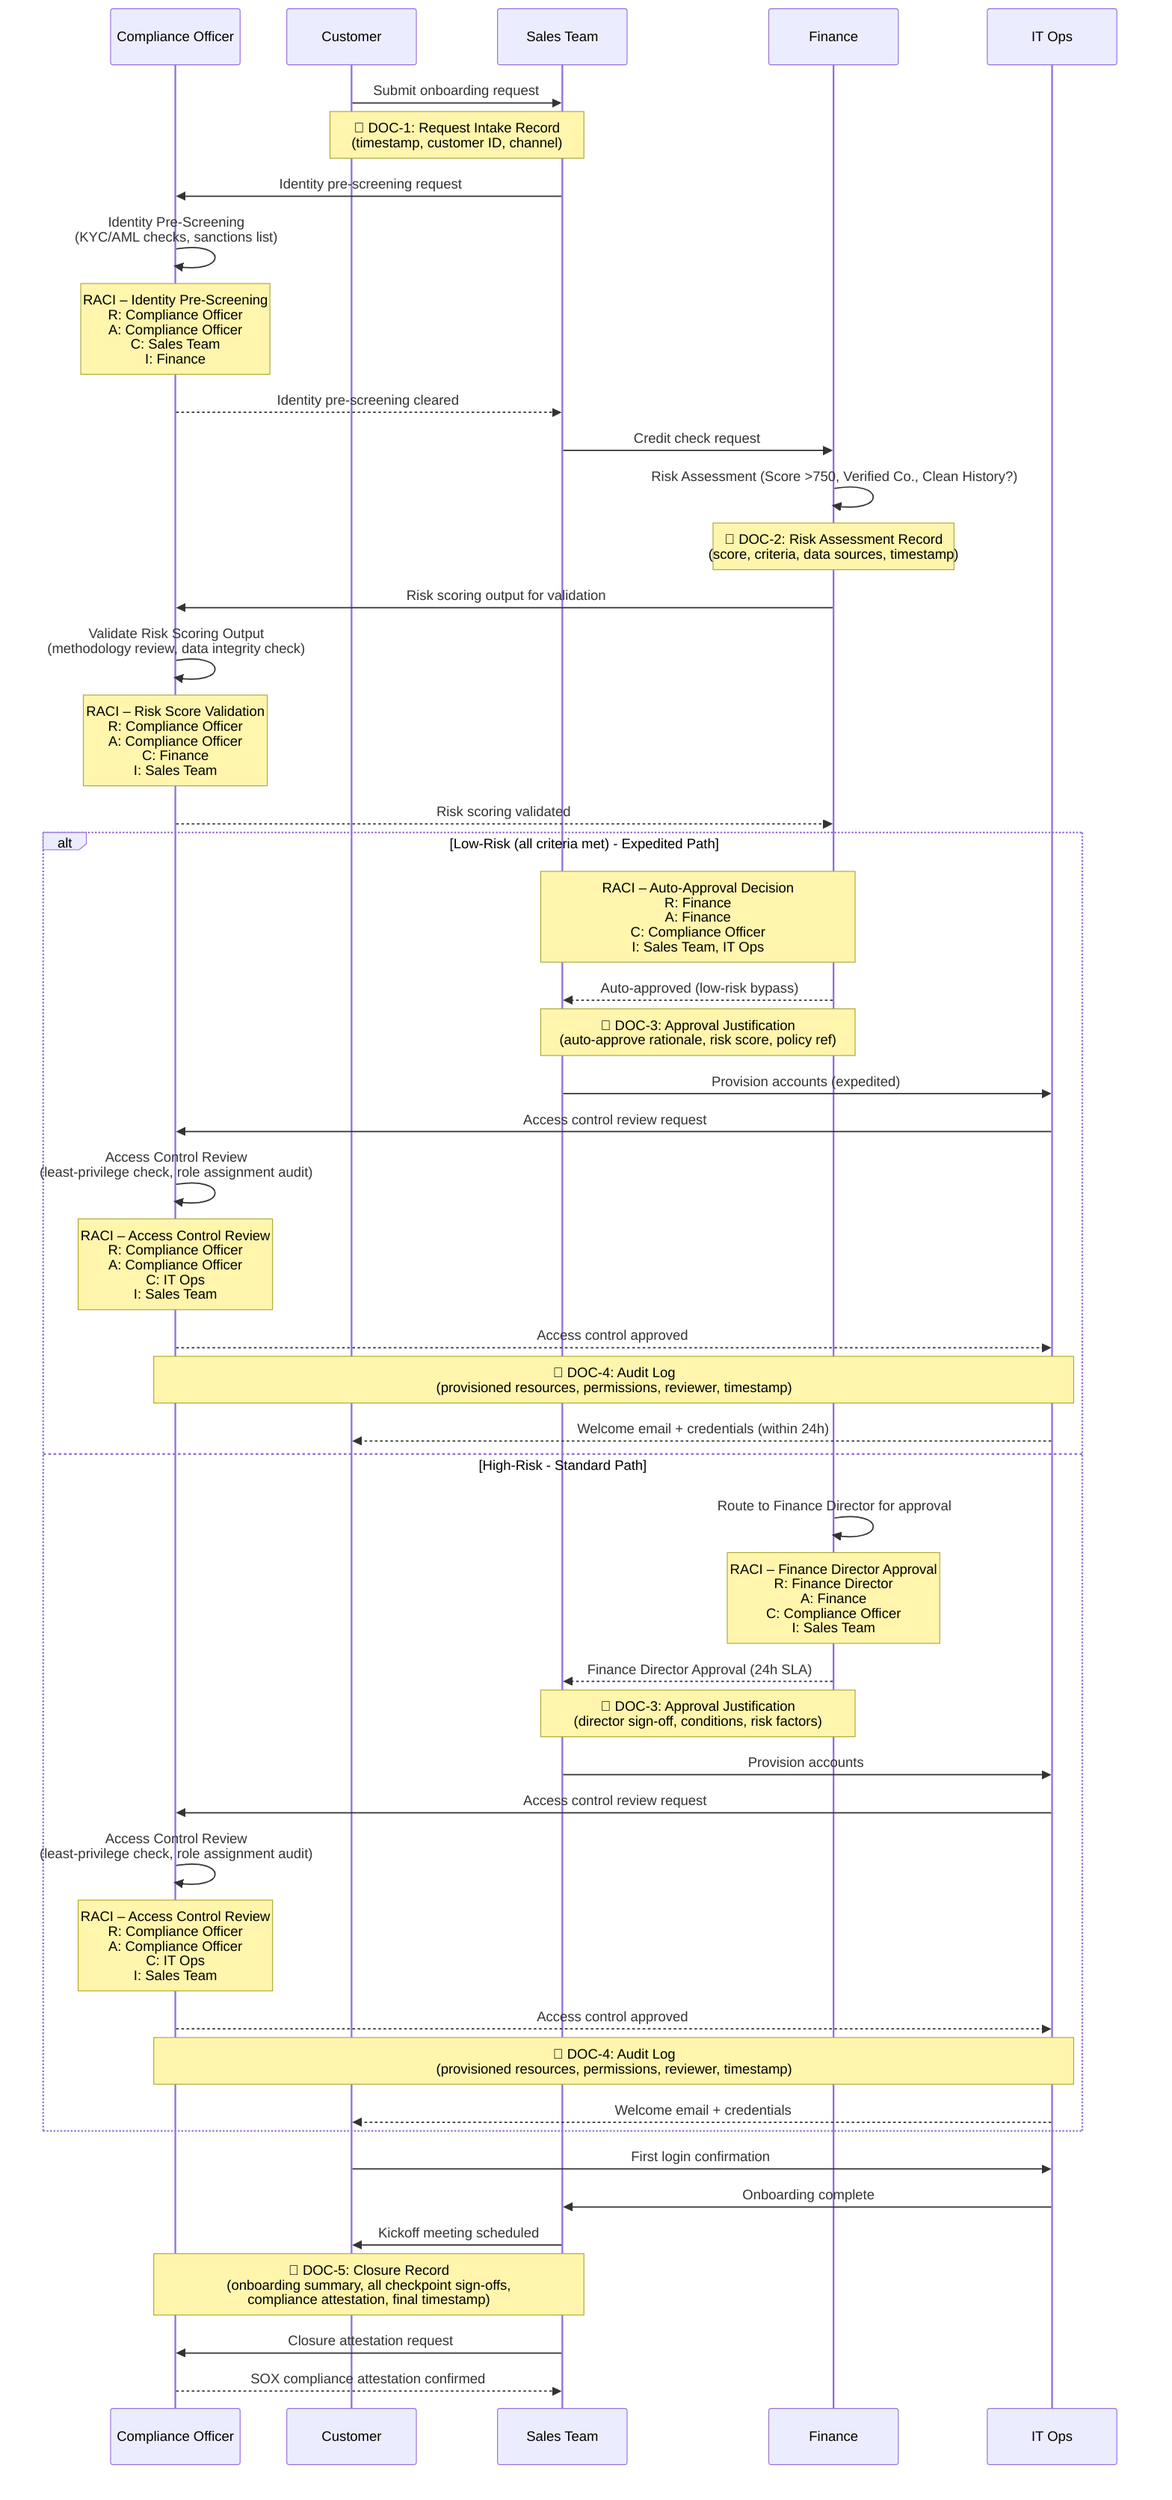
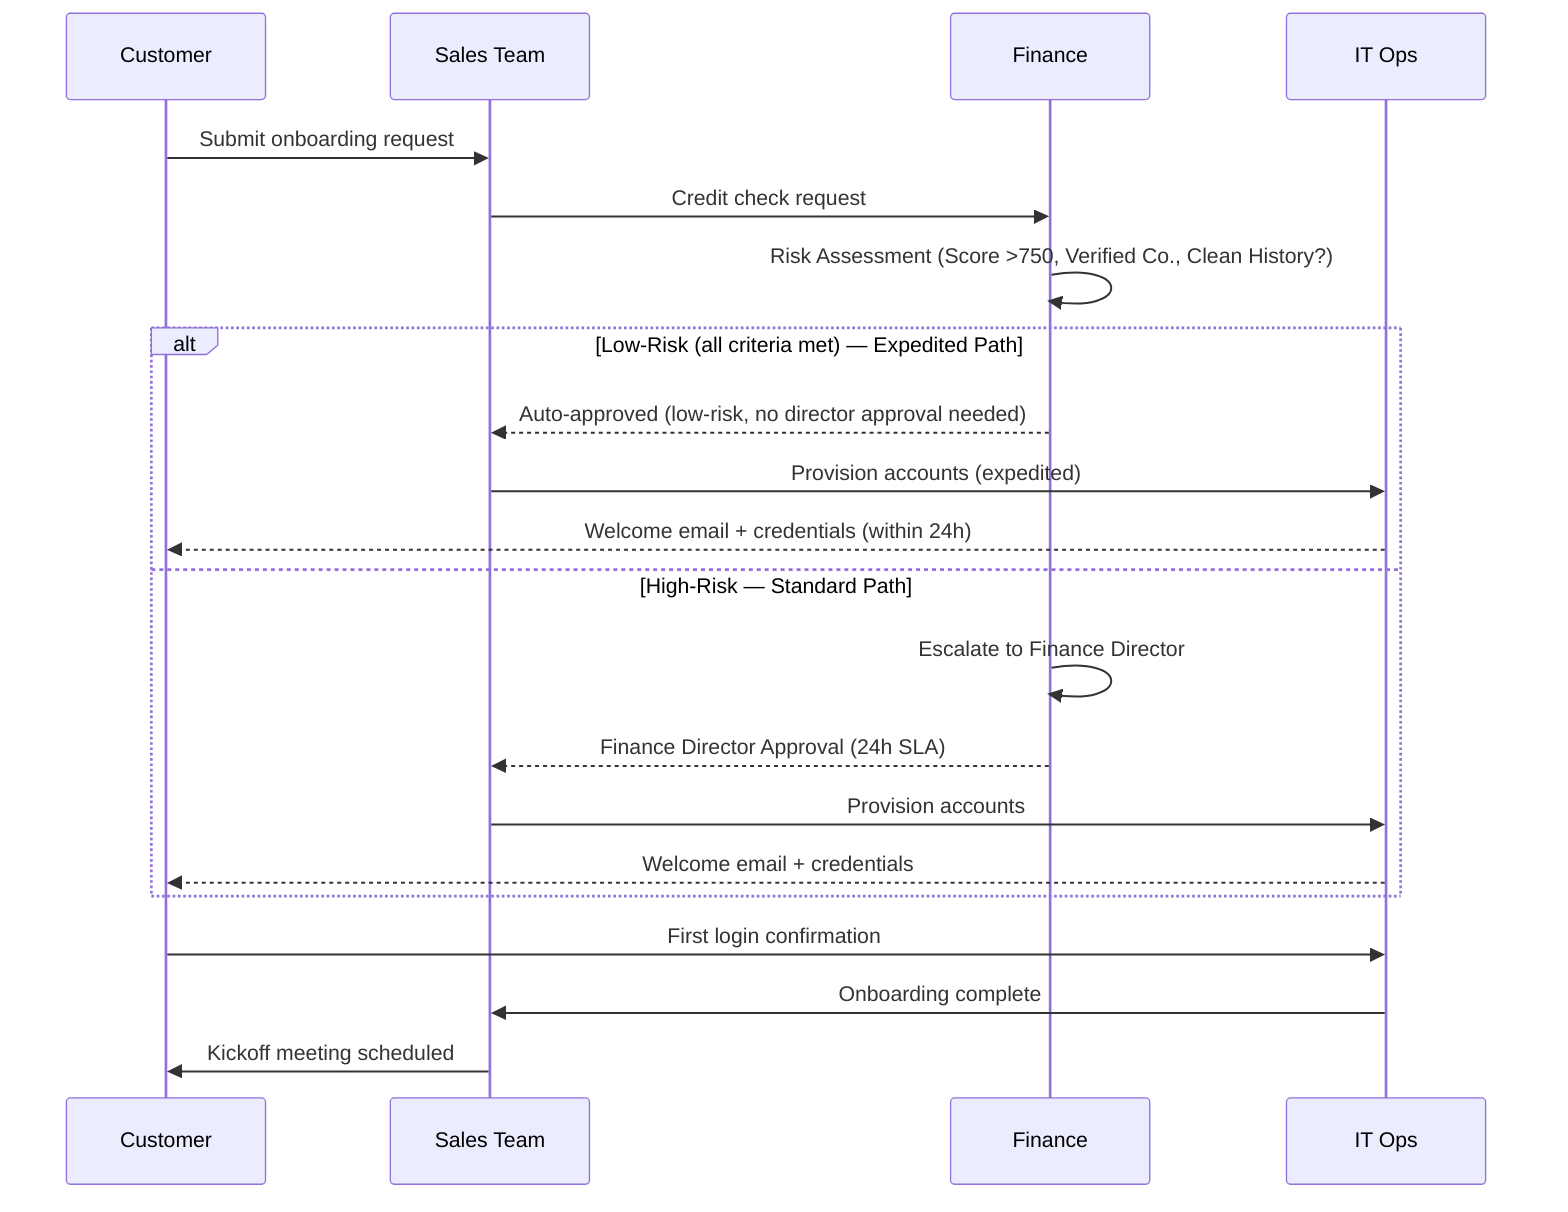
sequenceDiagram
-     participant CO as Compliance Officer
    participant C as Customer
    participant S as Sales Team
    participant F as Finance
    participant IT as IT Ops

-     %% ⚡ CHANGED SECTION - Request intake documentation & identity pre-screening
    C->>S: Submit onboarding request
-     Note over C,S: 📄 DOC-1: Request Intake Record<br/>(timestamp, customer ID, channel)
-     S->>CO: Identity pre-screening request
-     CO->>CO: Identity Pre-Screening<br/>(KYC/AML checks, sanctions list)
-     Note over CO: RACI – Identity Pre-Screening<br/>R: Compliance Officer<br/>A: Compliance Officer<br/>C: Sales Team<br/>I: Finance
-     CO-->>S: Identity pre-screening cleared
-     %% ⚡ END CHANGED SECTION
- 
    S->>F: Credit check request

-     %% ⚡ CHANGED SECTION - Risk assessment with compliance validation & documentation
+     %% ⚡ CHANGED SECTION - Risk assessment decision after credit check
    F->>F: Risk Assessment (Score >750, Verified Co., Clean History?)
-     Note over F: 📄 DOC-2: Risk Assessment Record<br/>(score, criteria, data sources, timestamp)
-     F->>CO: Risk scoring output for validation
-     CO->>CO: Validate Risk Scoring Output<br/>(methodology review, data integrity check)
-     Note over CO: RACI – Risk Score Validation<br/>R: Compliance Officer<br/>A: Compliance Officer<br/>C: Finance<br/>I: Sales Team
-     CO-->>F: Risk scoring validated

-     alt Low-Risk (all criteria met) - Expedited Path
-         Note over F,S: RACI – Auto-Approval Decision<br/>R: Finance<br/>A: Finance<br/>C: Compliance Officer<br/>I: Sales Team, IT Ops
-         F-->>S: Auto-approved (low-risk bypass)
-         Note over F,S: 📄 DOC-3: Approval Justification<br/>(auto-approve rationale, risk score, policy ref)
+     alt Low-Risk (all criteria met) — Expedited Path
+         F-->>S: Auto-approved (low-risk, no director approval needed)
        S->>IT: Provision accounts (expedited)
-         IT->>CO: Access control review request
-         CO->>CO: Access Control Review<br/>(least-privilege check, role assignment audit)
-         Note over CO: RACI – Access Control Review<br/>R: Compliance Officer<br/>A: Compliance Officer<br/>C: IT Ops<br/>I: Sales Team
-         CO-->>IT: Access control approved
-         Note over IT,CO: 📄 DOC-4: Audit Log<br/>(provisioned resources, permissions, reviewer, timestamp)
        IT-->>C: Welcome email + credentials (within 24h)
-     else High-Risk - Standard Path
-         F->>F: Route to Finance Director for approval
-         Note over F: RACI – Finance Director Approval<br/>R: Finance Director<br/>A: Finance<br/>C: Compliance Officer<br/>I: Sales Team
+     else High-Risk — Standard Path
+         F->>F: Escalate to Finance Director
        F-->>S: Finance Director Approval (24h SLA)
-         Note over F,S: 📄 DOC-3: Approval Justification<br/>(director sign-off, conditions, risk factors)
        S->>IT: Provision accounts
-         IT->>CO: Access control review request
-         CO->>CO: Access Control Review<br/>(least-privilege check, role assignment audit)
-         Note over CO: RACI – Access Control Review<br/>R: Compliance Officer<br/>A: Compliance Officer<br/>C: IT Ops<br/>I: Sales Team
-         CO-->>IT: Access control approved
-         Note over IT,CO: 📄 DOC-4: Audit Log<br/>(provisioned resources, permissions, reviewer, timestamp)
        IT-->>C: Welcome email + credentials
    end
    %% ⚡ END CHANGED SECTION

    C->>IT: First login confirmation
    IT->>S: Onboarding complete
- 
-     %% ⚡ CHANGED SECTION - Closure documentation
    S->>C: Kickoff meeting scheduled
-     Note over S,CO: 📄 DOC-5: Closure Record<br/>(onboarding summary, all checkpoint sign-offs,<br/>compliance attestation, final timestamp)
-     S->>CO: Closure attestation request
-     CO-->>S: SOX compliance attestation confirmed
-     %% ⚡ END CHANGED SECTION

%% EXPLANATION:
- %% Added Compliance Officer as a new participant at the top of the diagram. Introduced three compliance checkpoints: (1) Identity Pre-Screening before the credit check with KYC/AML verification, (2) Risk Scoring Validation after Finance completes the risk assessment but before the routing decision, and (3) Access Control Review after account provisioning in both the expedited and standard paths. Five documentation gates are attached as Notes (not inline flow-blocking nodes): DOC-1 at request intake, DOC-2 at risk assessment output, DOC-3 at approval justification (in both alt branches), DOC-4 as audit logs after provisioning (both branches), and DOC-5 as a closure record after kickoff scheduling. Every major decision point carries a RACI annotation identifying Responsible, Accountable, Consulted, and Informed parties. All original business logic including the risk-based alt/else routing, expedited path, and post-provisioning steps remains completely intact.+ %% Added a risk assessment step within Finance after the credit check request. Introduced an alt/else block: low-risk customers (score >750, verified company, clean payment history) receive automatic approval and proceed directly to expedited account provisioning, while high-risk customers follow the existing path through Finance Director approval before provisioning. All downstream steps (first login confirmation, onboarding complete, kickoff scheduling) remain shared across both paths.